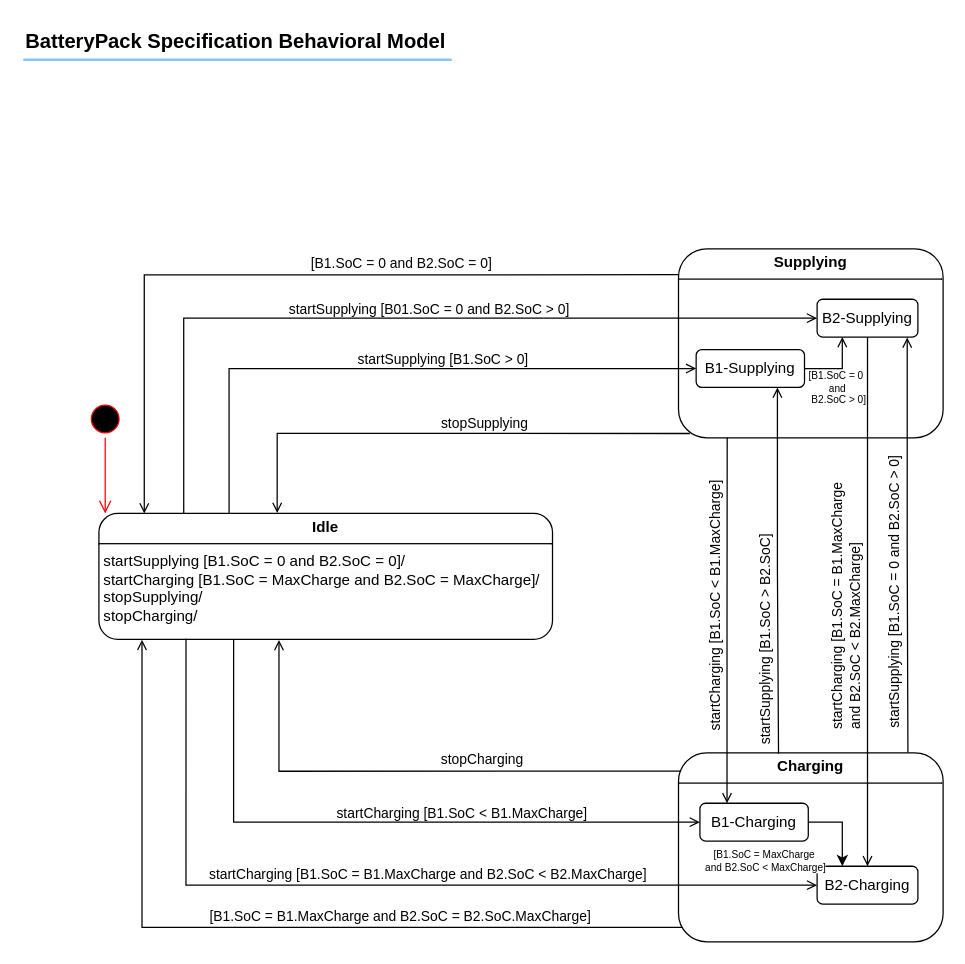
Earlier version of the draw.io diagram KobrA-BatteryPack-Specification-Behavioral-Model-v4.drawio (Mohammad-Si/convide-A02-MVE). Source tidied: cells renumbered, new cells numbered last; positions are measured from the earlier drawing's top-left corner, leaving out a move shared by most shapes. Both pictures are drawn from the tidied source at 126%, with x=0, y=0 at pixel (23, 21).
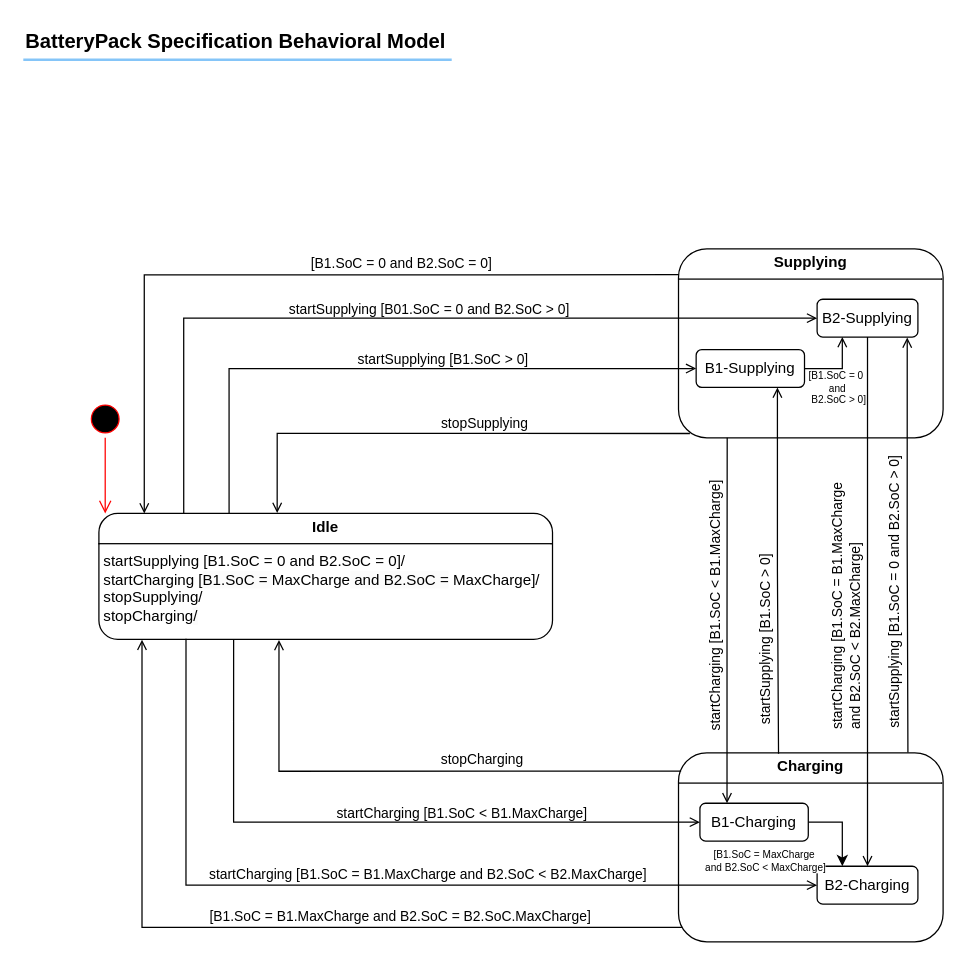
The same diagram, later.

Unchanged cells that the change refers to:
```xml
<mxCell id="38" style="edgeStyle=orthogonalEdgeStyle;rounded=0;jettySize=auto;html=1;exitX=0.75;exitY=1;exitDx=0;exitDy=0;entryX=0.378;entryY=0.005;entryDx=0;entryDy=0;entryPerimeter=0;endArrow=none;endFill=0;startArrow=open;startFill=0;" parent="1" edge="1" source="10" target="13">
  <mxGeometry relative="1" as="geometry" />
</mxCell>
```

Change to the diagram source:
```diff
@@
-    <mxCell id="39" value="startSupplying [B1.SoC &amp;gt; B2.SoC]" style="edgeLabel;html=1;align=center;verticalAlign=middle;rotation=270;labelBackgroundColor=none;" parent="38" vertex="1">
+    <mxCell id="39" value="startSupplying [B1.SoC &amp;gt; 0]" style="edgeLabel;html=1;align=center;verticalAlign=middle;rotation=270;labelBackgroundColor=none;" parent="38" vertex="1">
       <mxGeometry x="0.33" y="-1" relative="1" as="geometry">
         <mxPoint x="-10" y="8" as="offset" />
       </mxGeometry>
     </mxCell>
```
